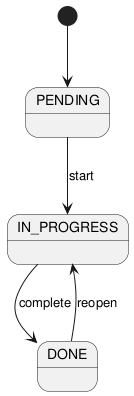
Above: experiments/broadcast/test_driven/TODO/artifacts/state_diagram.png in DanielRiha8906/Software_autoevolution_using_agents (PlantUML), before the change.
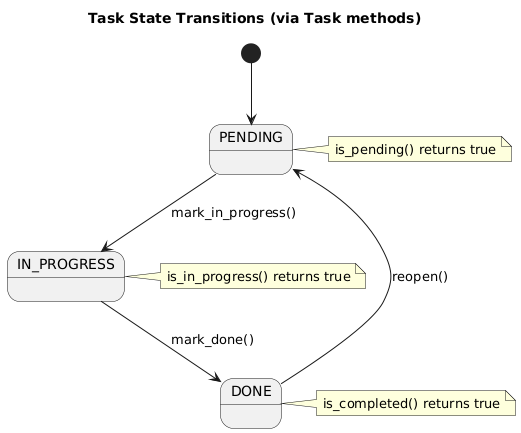
Above is the later version.

Commit message:
task 02 | broadcast / test_driven / TODO: add status transition methods to Task

What changed in the source:
```diff
@@ -1,9 +1,23 @@
-@startuml
+@startuml state_diagram
+
+title Task State Transitions (via Task methods)
 
 [*] --> PENDING
 
-PENDING --> IN_PROGRESS : start
-IN_PROGRESS --> DONE : complete
-DONE --> IN_PROGRESS : reopen
+PENDING --> IN_PROGRESS : mark_in_progress()
+IN_PROGRESS --> DONE : mark_done()
+DONE --> PENDING : reopen()
+
+note right of PENDING
+  is_pending() returns true
+end note
+
+note right of IN_PROGRESS
+  is_in_progress() returns true
+end note
+
+note right of DONE
+  is_completed() returns true
+end note
 
 @enduml
```
